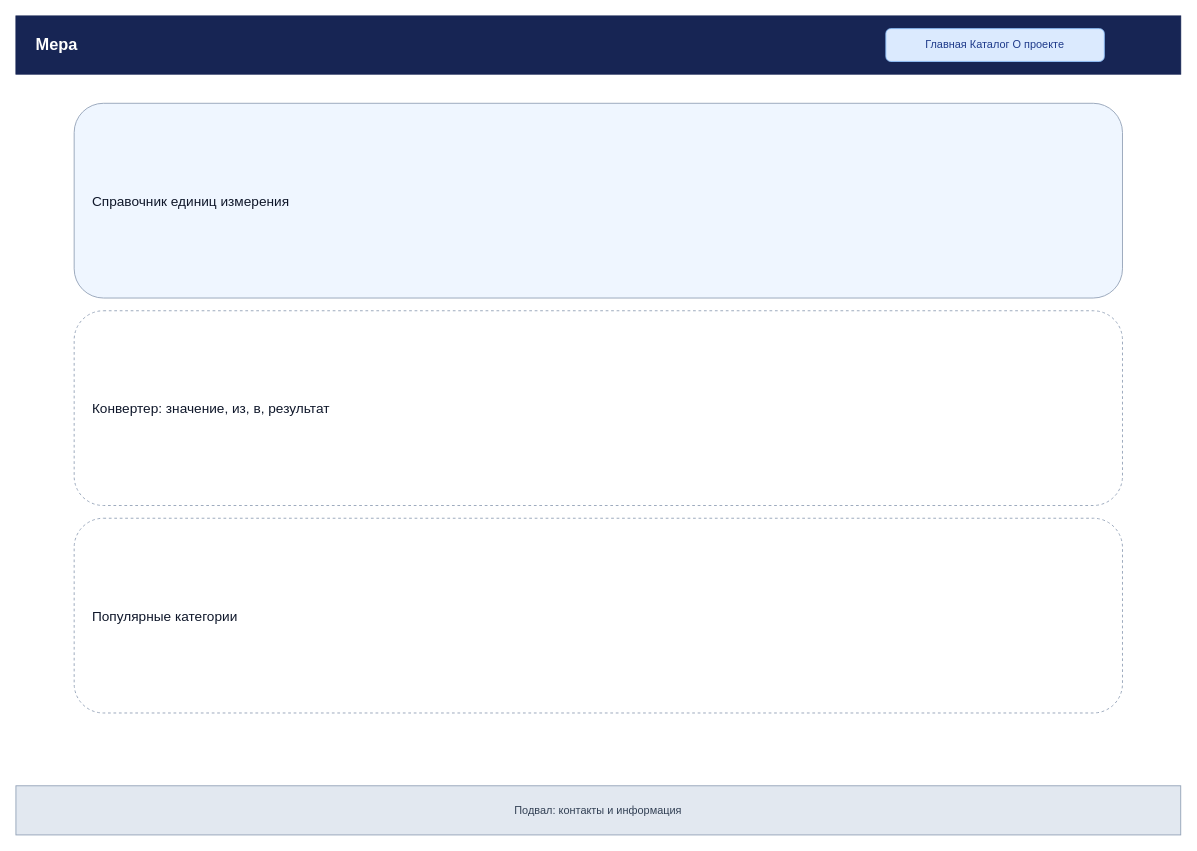
Anatoly-Sobolev/web keeps this draw.io diagram as page "Главная и конвертер — Desktop" (3 of 9) of design/prototypes.drawio. Above is the earlier version. Source tidied: cells renumbered, new cells numbered last; positions are measured from the earlier drawing's top-left corner, leaving out a move shared by most shapes. Both pictures are drawn from the tidied source at 91%, with x=0, y=0 at pixel (15, 15).
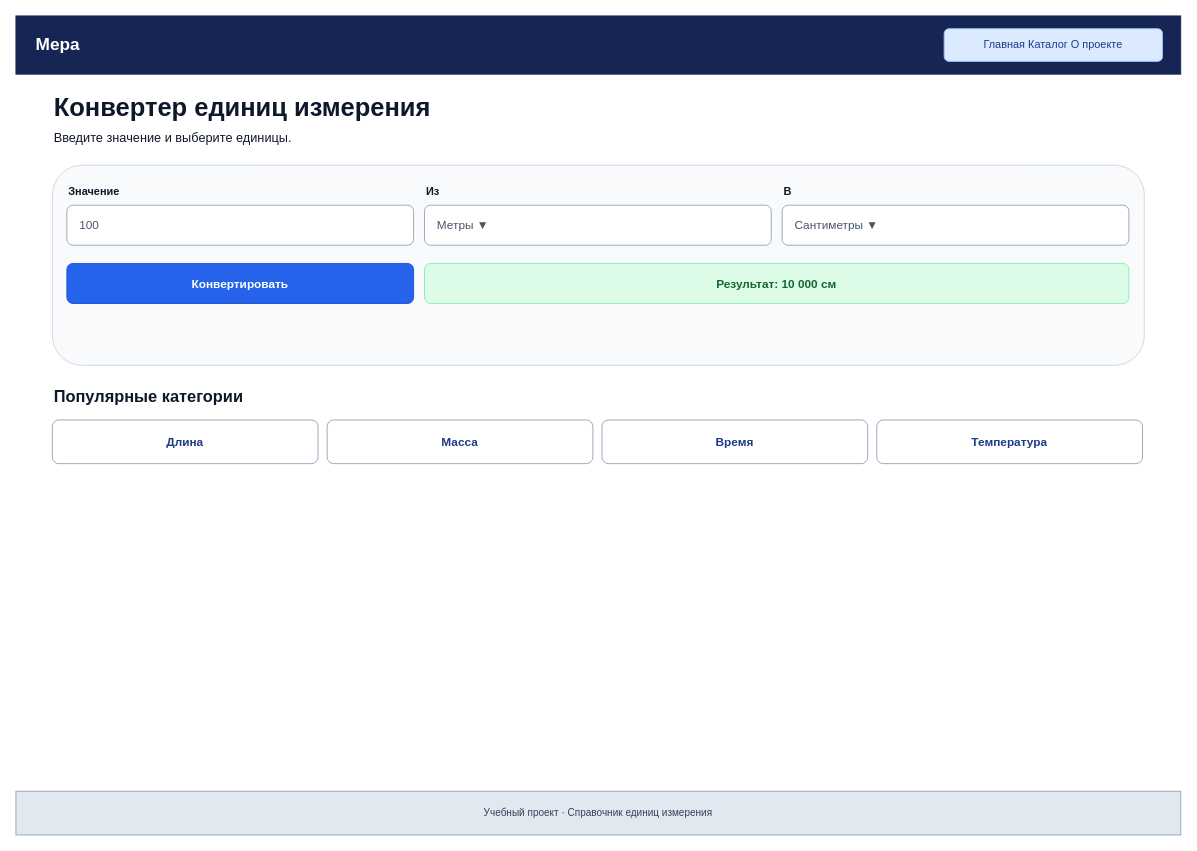
After the change.

What changed in the source:
```diff
@@
-    <mxCell id="2" value="Мера" style="rounded=0;whiteSpace=wrap;html=1;fillColor=#172554;fontColor=#ffffff;strokeColor=#172554;fontSize=18;fontStyle=1;align=left;spacingLeft=20;" parent="1" vertex="1">
+    <mxCell id="2" value="Мера" style="rounded=0;whiteSpace=wrap;html=1;fillColor=#172554;strokeColor=#172554;fontColor=#ffffff;fontSize=19;fontStyle=1;align=left;spacingLeft=20;" parent="1" vertex="1">
       <mxGeometry width="1280" height="64" as="geometry" />
     </mxCell>
     <mxCell id="3" value="Главная   Каталог   О проекте" style="rounded=1;whiteSpace=wrap;html=1;fillColor=#dbeafe;strokeColor=#93c5fd;fontColor=#1e3a8a;fontSize=12;" parent="1" vertex="1">
-      <mxGeometry x="956" y="14" width="240" height="36" as="geometry" />
+      <mxGeometry x="1020" y="14" width="240" height="36" as="geometry" />
     </mxCell>
-    <mxCell id="4" value="Справочник единиц измерения" style="rounded=1;whiteSpace=wrap;html=1;fillColor=#eff6ff;strokeColor=#94a3b8;fontColor=#0f172a;fontSize=15;align=left;verticalAlign=middle;spacingLeft=18;dashed=0;" parent="1" vertex="1">
-      <mxGeometry x="64" y="96" width="1152" height="214" as="geometry" />
+    <mxCell id="4" value="Конвертер единиц измерения" style="text;html=1;strokeColor=none;fillColor=none;align=left;verticalAlign=middle;whiteSpace=wrap;fontSize=28;fontStyle=1;fontColor=#0f172a;" parent="1" vertex="1">
+      <mxGeometry x="40" y="82" width="1200" height="38" as="geometry" />
     </mxCell>
-    <mxCell id="5" value="Конвертер: значение, из, в, результат" style="rounded=1;whiteSpace=wrap;html=1;fillColor=#ffffff;strokeColor=#94a3b8;fontColor=#0f172a;fontSize=15;align=left;verticalAlign=middle;spacingLeft=18;dashed=1;" parent="1" vertex="1">
-      <mxGeometry x="64" y="324" width="1152" height="214" as="geometry" />
+    <mxCell id="5" value="Введите значение и выберите единицы." style="text;html=1;strokeColor=none;fillColor=none;align=left;verticalAlign=middle;whiteSpace=wrap;fontSize=14;fontStyle=0;fontColor=#0f172a;" parent="1" vertex="1">
+      <mxGeometry x="40" y="120" width="1200" height="28" as="geometry" />
     </mxCell>
-    <mxCell id="6" value="Популярные категории" style="rounded=1;whiteSpace=wrap;html=1;fillColor=#ffffff;strokeColor=#94a3b8;fontColor=#0f172a;fontSize=15;align=left;verticalAlign=middle;spacingLeft=18;dashed=1;" parent="1" vertex="1">
-      <mxGeometry x="64" y="552" width="1152" height="214" as="geometry" />
+    <mxCell id="6" style="rounded=1;whiteSpace=wrap;html=1;fillColor=#f8fafc;strokeColor=#cbd5e1;" parent="1" vertex="1">
+      <mxGeometry x="40" y="164" width="1200" height="220" as="geometry" />
     </mxCell>
-    <mxCell id="7" value="Подвал: контакты и информация" style="rounded=0;whiteSpace=wrap;html=1;fillColor=#e2e8f0;strokeColor=#94a3b8;fontColor=#334155;fontSize=12;" parent="1" vertex="1">
-      <mxGeometry y="846" width="1280" height="54" as="geometry" />
+    <mxCell id="7" value="Значение" style="text;html=1;strokeColor=none;fillColor=none;align=left;verticalAlign=middle;whiteSpace=wrap;fontSize=12;fontStyle=1;fontColor=#0f172a;" parent="1" vertex="1">
+      <mxGeometry x="56" y="182" width="381" height="22" as="geometry" />
     </mxCell>
+    <mxCell id="8" value="Из" style="text;html=1;strokeColor=none;fillColor=none;align=left;verticalAlign=middle;whiteSpace=wrap;fontSize=12;fontStyle=1;fontColor=#0f172a;" parent="1" vertex="1">
+      <mxGeometry x="449" y="182" width="381" height="22" as="geometry" />
+    </mxCell>
+    <mxCell id="9" value="В" style="text;html=1;strokeColor=none;fillColor=none;align=left;verticalAlign=middle;whiteSpace=wrap;fontSize=12;fontStyle=1;fontColor=#0f172a;" parent="1" vertex="1">
+      <mxGeometry x="842" y="182" width="381" height="22" as="geometry" />
+    </mxCell>
+    <mxCell id="10" value="100" style="rounded=1;whiteSpace=wrap;html=1;fillColor=#ffffff;strokeColor=#94a3b8;fontColor=#475569;align=left;spacingLeft=12;fontSize=13;" parent="1" vertex="1">
+      <mxGeometry x="56" y="208" width="381" height="44" as="geometry" />
+    </mxCell>
+    <mxCell id="11" value="Метры ▼" style="rounded=1;whiteSpace=wrap;html=1;fillColor=#ffffff;strokeColor=#94a3b8;fontColor=#475569;align=left;spacingLeft=12;fontSize=13;" parent="1" vertex="1">
+      <mxGeometry x="449" y="208" width="381" height="44" as="geometry" />
+    </mxCell>
+    <mxCell id="12" value="Сантиметры ▼" style="rounded=1;whiteSpace=wrap;html=1;fillColor=#ffffff;strokeColor=#94a3b8;fontColor=#475569;align=left;spacingLeft=12;fontSize=13;" parent="1" vertex="1">
+      <mxGeometry x="842" y="208" width="381" height="44" as="geometry" />
+    </mxCell>
+    <mxCell id="13" value="Конвертировать" style="rounded=1;whiteSpace=wrap;html=1;fillColor=#2563eb;strokeColor=#1d4ed8;fontColor=#ffffff;fontStyle=1;fontSize=13;" parent="1" vertex="1">
+      <mxGeometry x="56" y="272" width="381" height="44" as="geometry" />
+    </mxCell>
+    <mxCell id="14" value="Результат: 10 000 см" style="rounded=1;whiteSpace=wrap;html=1;fillColor=#dcfce7;strokeColor=#86efac;fontColor=#166534;fontStyle=1;fontSize=13;" parent="1" vertex="1">
+      <mxGeometry x="449" y="272" width="774" height="44" as="geometry" />
+    </mxCell>
+    <mxCell id="15" value="Популярные категории" style="text;html=1;strokeColor=none;fillColor=none;align=left;verticalAlign=middle;whiteSpace=wrap;fontSize=18;fontStyle=1;fontColor=#0f172a;" parent="1" vertex="1">
+      <mxGeometry x="40" y="404" width="1200" height="30" as="geometry" />
+    </mxCell>
+    <mxCell id="16" value="Длина" style="rounded=1;whiteSpace=wrap;html=1;fillColor=#ffffff;strokeColor=#94a3b8;fontColor=#1e3a8a;fontStyle=1;fontSize=13;" parent="1" vertex="1">
+      <mxGeometry x="40" y="444" width="292" height="48" as="geometry" />
+    </mxCell>
+    <mxCell id="17" value="Масса" style="rounded=1;whiteSpace=wrap;html=1;fillColor=#ffffff;strokeColor=#94a3b8;fontColor=#1e3a8a;fontStyle=1;fontSize=13;" parent="1" vertex="1">
+      <mxGeometry x="342" y="444" width="292" height="48" as="geometry" />
+    </mxCell>
+    <mxCell id="18" value="Время" style="rounded=1;whiteSpace=wrap;html=1;fillColor=#ffffff;strokeColor=#94a3b8;fontColor=#1e3a8a;fontStyle=1;fontSize=13;" parent="1" vertex="1">
+      <mxGeometry x="644" y="444" width="292" height="48" as="geometry" />
+    </mxCell>
+    <mxCell id="19" value="Температура" style="rounded=1;whiteSpace=wrap;html=1;fillColor=#ffffff;strokeColor=#94a3b8;fontColor=#1e3a8a;fontStyle=1;fontSize=13;" parent="1" vertex="1">
+      <mxGeometry x="946" y="444" width="292" height="48" as="geometry" />
+    </mxCell>
+    <mxCell id="20" value="Учебный проект · Справочник единиц измерения" style="rounded=0;whiteSpace=wrap;html=1;fillColor=#e2e8f0;strokeColor=#94a3b8;fontColor=#334155;fontSize=11;" parent="1" vertex="1">
+      <mxGeometry y="852" width="1280" height="48" as="geometry" />
+    </mxCell>
```
